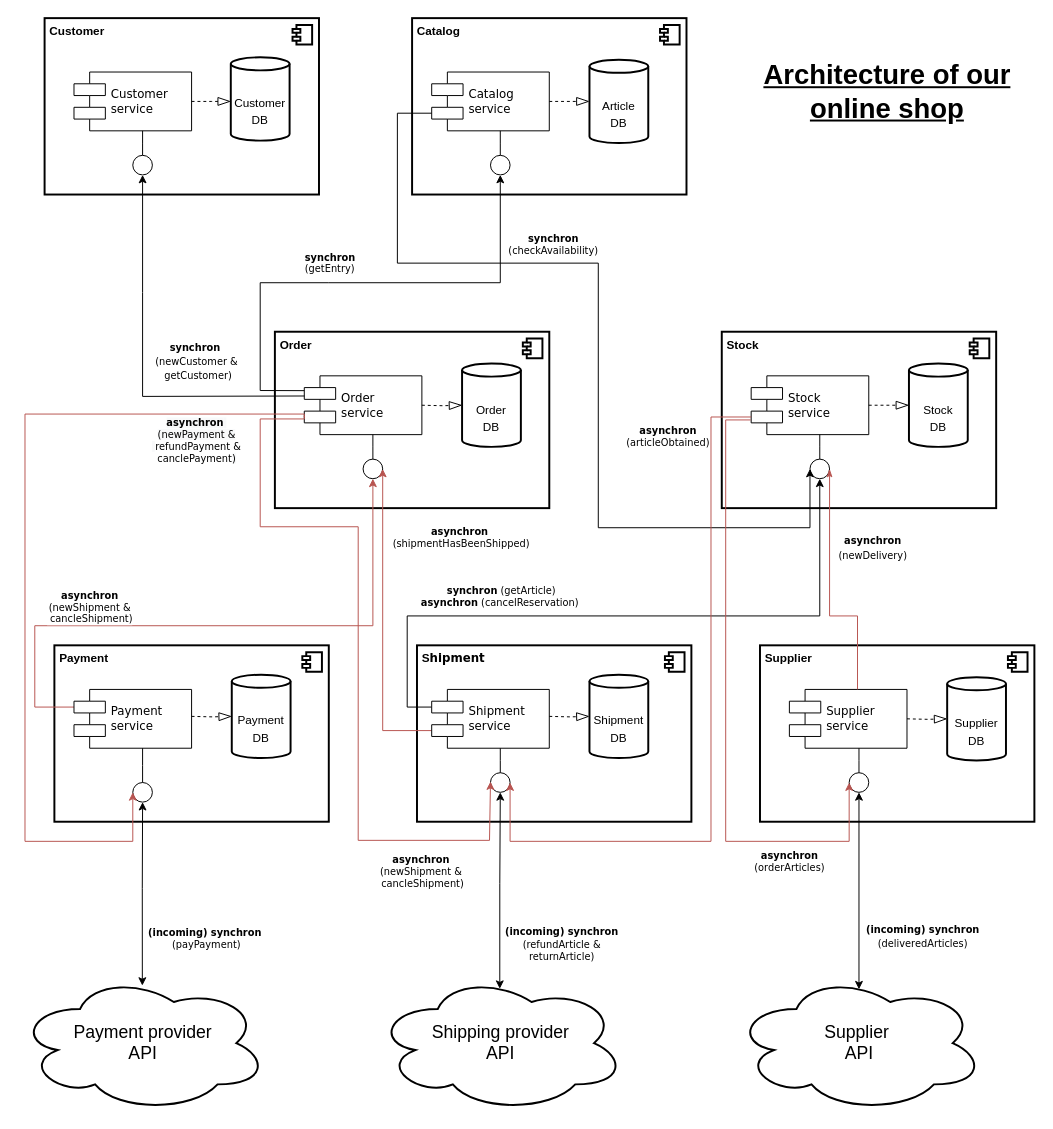
SimonBurmer/HM-Online-Shop-In-Microservice-Architecture keeps this draw.io diagram as doc/ShopArchitecture.drawio. Above is the earlier version. Source tidied: cells renumbered, new cells numbered last; positions are measured from the earlier drawing's top-left corner, leaving out a move shared by most shapes. Both pictures are drawn from the tidied source at 98%, with x=0, y=0 at pixel (18, 18).
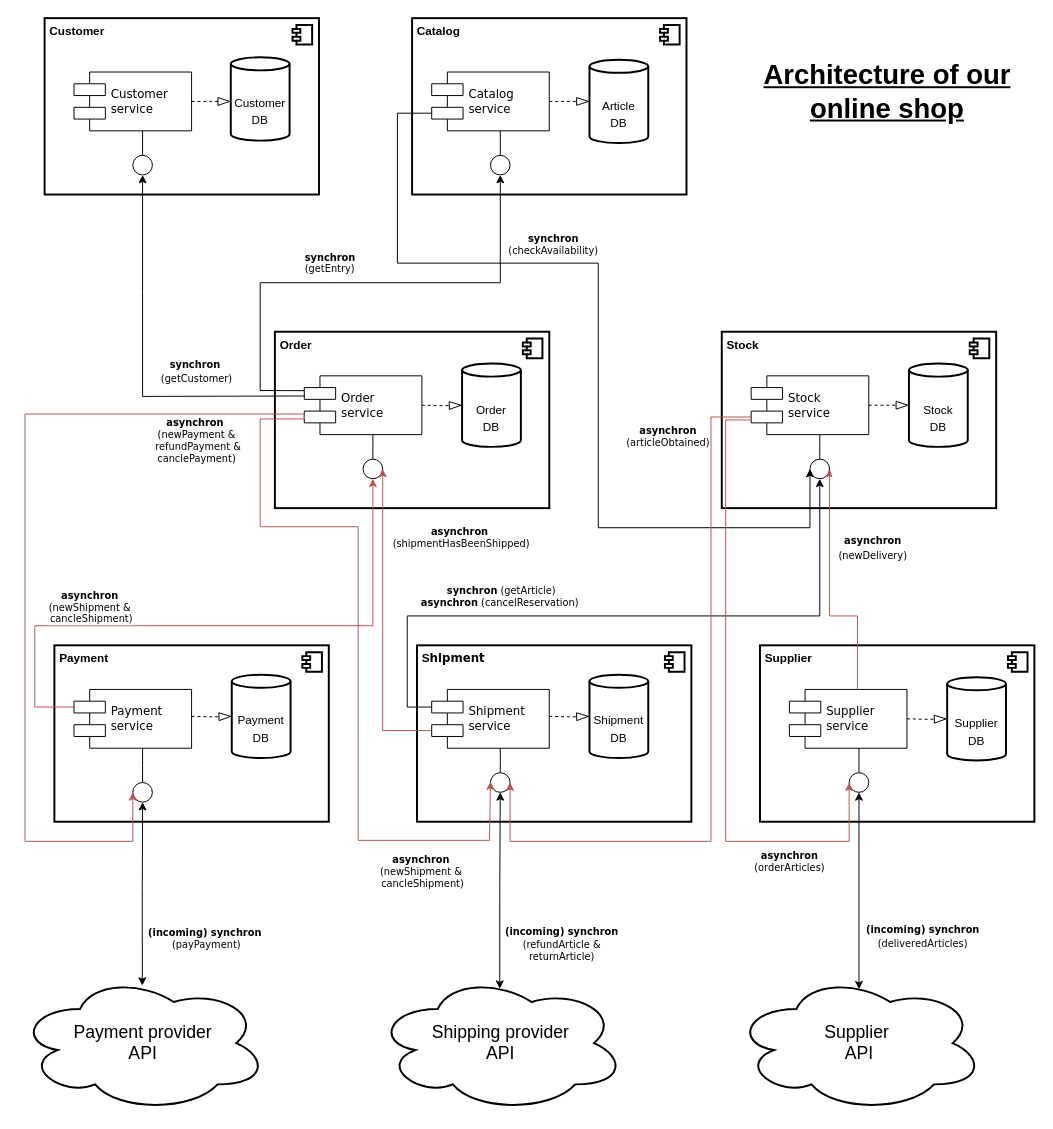
Above is the later version.

The change refers to these unchanged cells:
```xml
<mxCell id="18" style="ellipse;whiteSpace=wrap;html=1;shadow=0;comic=0;labelBackgroundColor=none;strokeWidth=1;fontFamily=Verdana;fontSize=12;align=center;rounded=0;" parent="1" vertex="1">
  <mxGeometry x="117" y="140" width="20" height="20" as="geometry" />
</mxCell>
<mxCell id="28" value="Order&lt;br&gt;service" style="shape=component;align=left;spacingLeft=36;shadow=0;comic=0;labelBackgroundColor=none;strokeWidth=1;fontFamily=Verdana;fontSize=12;html=1;rounded=0;" parent="1" vertex="1">
  <mxGeometry x="292" y="365" width="120" height="60" as="geometry" />
</mxCell>
```

What changed in the source:
```diff
@@
-    <mxCell id="45" value="&lt;font style=&quot;font-size: 10px&quot;&gt;&lt;b&gt;synchron&lt;/b&gt;&amp;nbsp;&lt;br&gt;(newCustomer &amp;amp;&lt;br&gt;&amp;nbsp;getCustomer)&lt;br&gt;&lt;/font&gt;" style="html=1;labelBackgroundColor=none;startArrow=none;startFill=0;startSize=6;endArrow=classic;endFill=1;endSize=6;fontFamily=Verdana;fontSize=12;entryX=0.5;entryY=1;entryDx=0;entryDy=0;rounded=0;strokeColor=#000000;strokeWidth=1;exitX=0.001;exitY=0.343;exitDx=0;exitDy=0;exitPerimeter=0;" parent="1" edge="1" source="28" target="18">
-      <mxGeometry x="-0.44" y="-36" relative="1" as="geometry">
+    <mxCell id="45" value="&lt;font style=&quot;font-size: 10px&quot;&gt;&lt;b&gt;synchron&lt;/b&gt;&amp;nbsp;&lt;br&gt;(getCustomer)&lt;br&gt;&lt;/font&gt;" style="html=1;labelBackgroundColor=none;startArrow=none;startFill=0;startSize=6;endArrow=classic;endFill=1;endSize=6;fontFamily=Verdana;fontSize=12;entryX=0.5;entryY=1;entryDx=0;entryDy=0;rounded=0;strokeColor=#000000;strokeWidth=1;exitX=0.001;exitY=0.343;exitDx=0;exitDy=0;exitPerimeter=0;" parent="1" edge="1" source="28" target="18">
+      <mxGeometry x="-0.44" y="-26" relative="1" as="geometry">
         <Array as="points">
           <mxPoint x="127" y="386" />
           <mxPoint x="127" y="280" />
         </Array>
       </mxGeometry>
     </mxCell>
```
